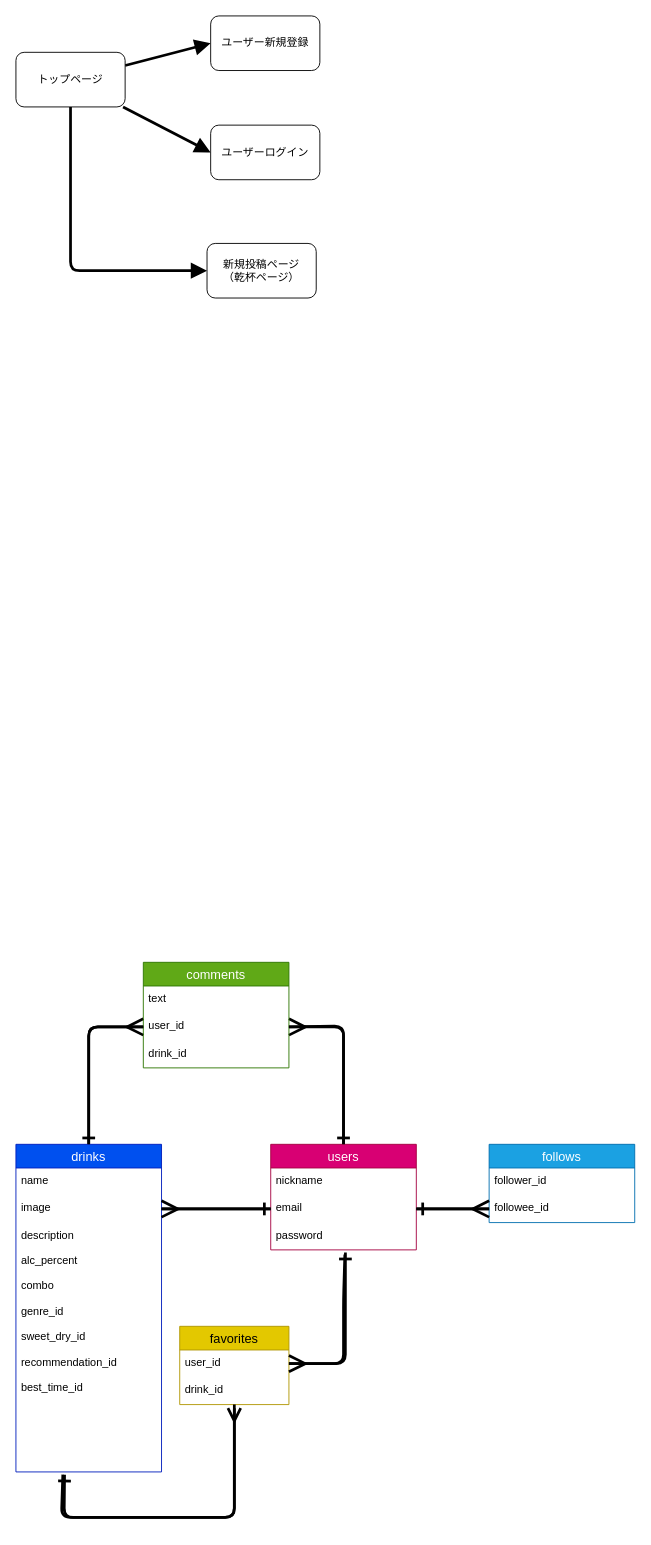
The draw.io diagram test.dio in t08mac23/albeva-38766, before the edit. Source tidied: cells renumbered, new cells numbered last; positions are measured from the earlier drawing's top-left corner, leaving out a move shared by most shapes. Both pictures are drawn from the tidied source at 91%, with x=0, y=0 at pixel (15, 15).
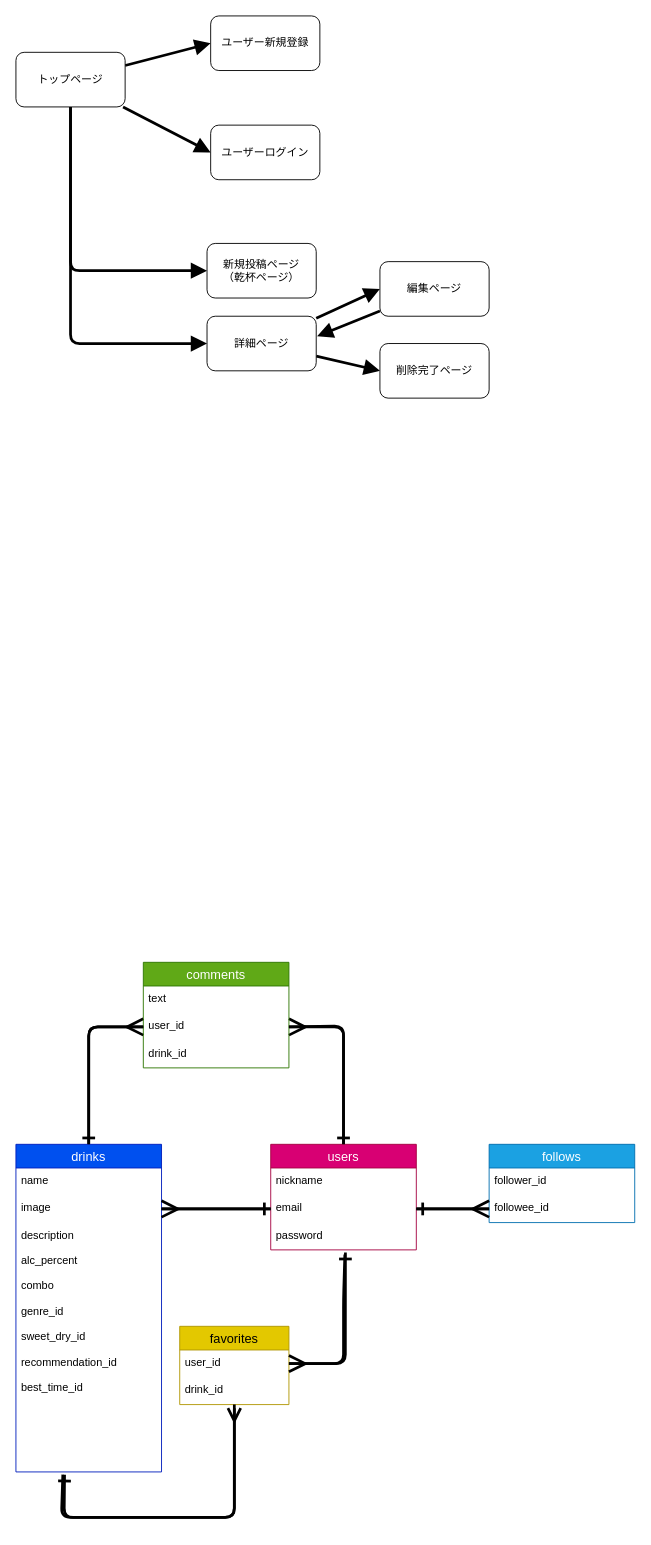
After the change.

Commit message (it also covers changes not shown here):
画面遷移図の更新

Unchanged cells that the change refers to:
```xml
<mxCell id="35" value="トップページ" style="rounded=1;whiteSpace=wrap;html=1;" parent="1" vertex="1">
  <mxGeometry y="40" width="120" height="60" as="geometry" />
</mxCell>
```

What changed in the source:
```diff
@@
+    <mxCell id="39" style="edgeStyle=none;html=1;entryX=0;entryY=0.5;entryDx=0;entryDy=0;endArrow=block;endFill=1;startSize=6;endSize=10;sourcePerimeterSpacing=0;targetPerimeterSpacing=5;strokeWidth=3;" parent="1" edge="1" source="35" target="42">
+      <mxGeometry relative="1" as="geometry">
+        <Array as="points">
+          <mxPoint x="60" y="360" />
+        </Array>
+      </mxGeometry>
+    </mxCell>
@@
+    <mxCell id="40" style="edgeStyle=none;html=1;entryX=0;entryY=0.5;entryDx=0;entryDy=0;endArrow=block;endFill=1;startSize=6;endSize=10;sourcePerimeterSpacing=0;targetPerimeterSpacing=5;strokeWidth=3;" parent="1" edge="1" source="42" target="44">
+      <mxGeometry relative="1" as="geometry" />
+    </mxCell>
+    <mxCell id="41" style="edgeStyle=none;html=1;entryX=0;entryY=0.5;entryDx=0;entryDy=0;endArrow=block;endFill=1;startSize=6;endSize=10;sourcePerimeterSpacing=0;targetPerimeterSpacing=5;strokeWidth=3;" parent="1" edge="1" source="42" target="45">
+      <mxGeometry relative="1" as="geometry" />
+    </mxCell>
+    <mxCell id="42" value="詳細ページ" style="rounded=1;whiteSpace=wrap;html=1;" parent="1" vertex="1">
+      <mxGeometry x="210" y="330" width="120" height="60" as="geometry" />
+    </mxCell>
+    <mxCell id="43" style="edgeStyle=none;html=1;entryX=1.008;entryY=0.367;entryDx=0;entryDy=0;entryPerimeter=0;endArrow=block;endFill=1;startSize=6;endSize=10;sourcePerimeterSpacing=0;targetPerimeterSpacing=5;strokeWidth=3;" parent="1" edge="1" source="44" target="42">
+      <mxGeometry relative="1" as="geometry" />
+    </mxCell>
+    <mxCell id="44" value="編集ページ" style="rounded=1;whiteSpace=wrap;html=1;" parent="1" vertex="1">
+      <mxGeometry x="400" y="270" width="120" height="60" as="geometry" />
+    </mxCell>
+    <mxCell id="45" value="削除完了ページ" style="rounded=1;whiteSpace=wrap;html=1;" parent="1" vertex="1">
+      <mxGeometry x="400" y="360" width="120" height="60" as="geometry" />
+    </mxCell>
```
